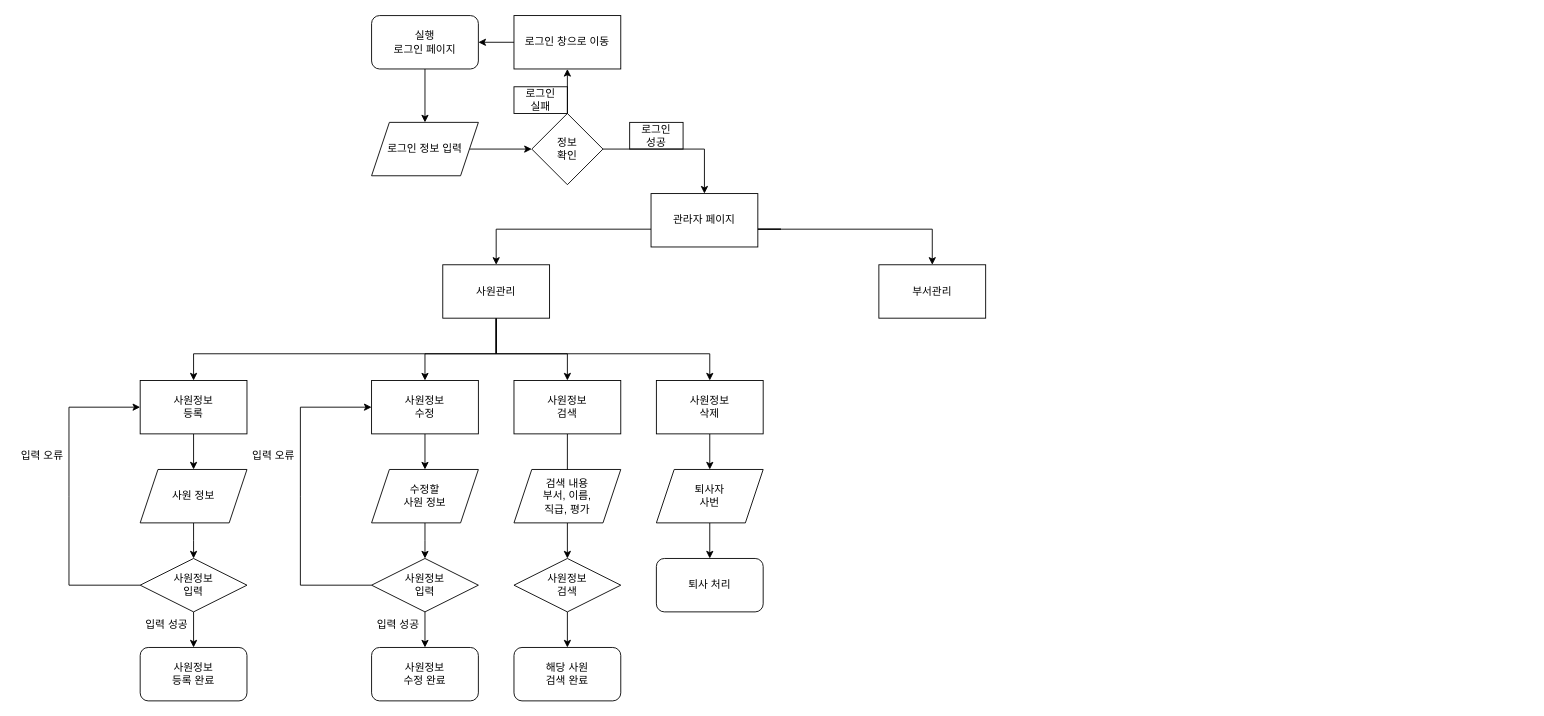
This is Flow Chart/제목 없는 다이어그램.drawio from adsa77/kh_final_temp, a draw.io file, before an edit. Source tidied: cells renumbered, new cells numbered last; positions are measured from the earlier drawing's top-left corner, leaving out a move shared by most shapes. Both pictures are drawn from the tidied source at 89%, with x=0, y=0 at pixel (15, 15).
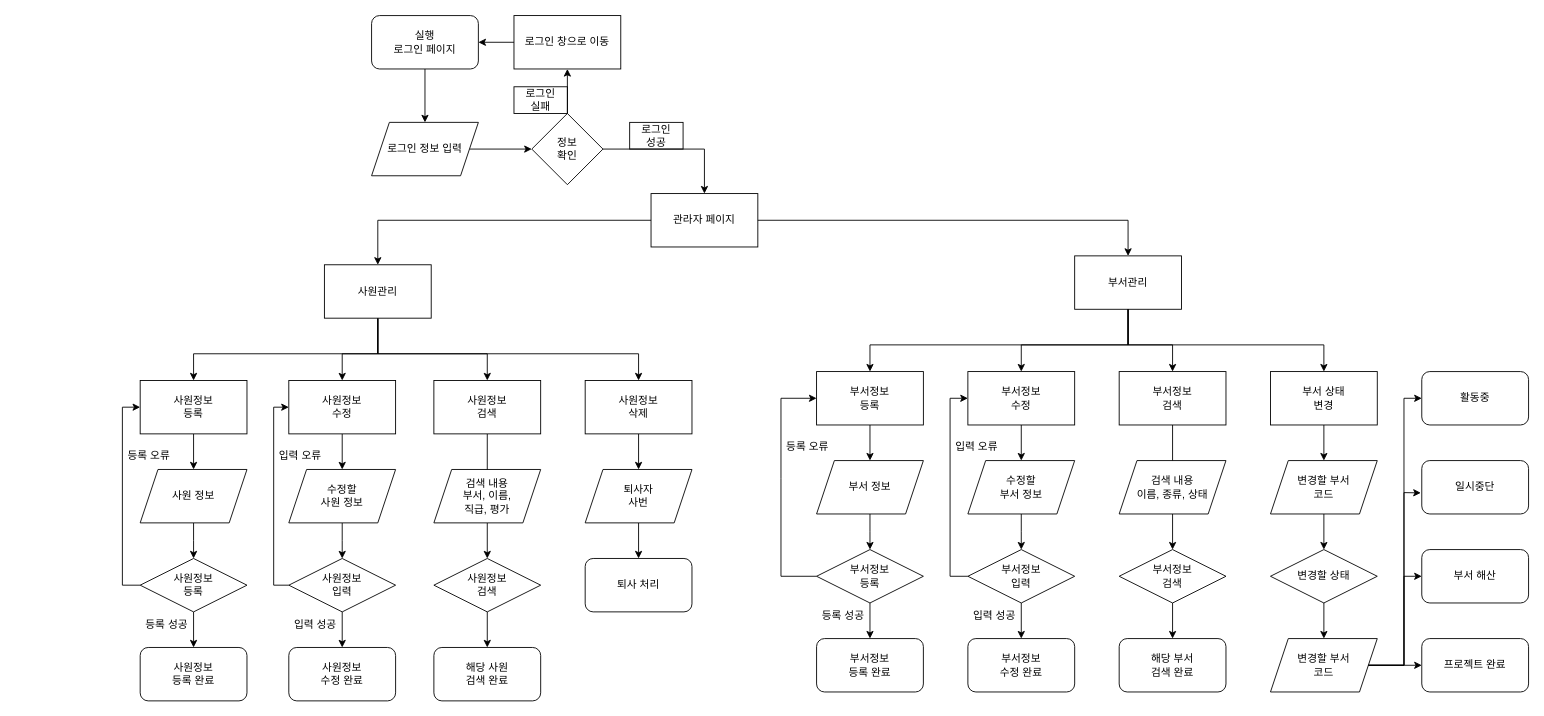
The same page after the edit.

Commit message (it also covers changes not shown here):
제목 없는 다이어그램.drawio 업데이트

Unchanged cells that the change refers to:
```xml
<mxCell id="14" value="관라자 페이지" style="rounded=0;whiteSpace=wrap;html=1;" parent="1" vertex="1">
  <mxGeometry x="714" y="200" width="120" height="60" as="geometry" />
</mxCell>
<mxCell id="23" value="사원정보&lt;div&gt;등록&lt;/div&gt;" style="rounded=0;whiteSpace=wrap;html=1;" parent="1" vertex="1">
  <mxGeometry x="140" y="410" width="120" height="60" as="geometry" />
</mxCell>
```

The edit, as a diff of the source:
```diff
@@
-    <mxCell id="12" style="edgeStyle=orthogonalEdgeStyle;rounded=0;jettySize=auto;html=1;" parent="1" edge="1" source="14" target="21">
-      <mxGeometry relative="1" as="geometry">
-        <Array as="points">
-          <mxPoint x="860" y="240" />
-          <mxPoint x="460" y="240" />
-        </Array>
-      </mxGeometry>
-    </mxCell>
-    <mxCell id="13" style="edgeStyle=orthogonalEdgeStyle;rounded=0;jettySize=auto;html=1;entryX=0.5;entryY=0;entryDx=0;entryDy=0;" parent="1" edge="1" source="14" target="16">
-      <mxGeometry relative="1" as="geometry">
-        <Array as="points">
-          <mxPoint x="1030" y="240" />
-        </Array>
-      </mxGeometry>
-    </mxCell>
@@
     <mxCell id="16" value="부서관리" style="rounded=0;whiteSpace=wrap;html=1;" parent="1" vertex="1">
-      <mxGeometry x="970" y="280" width="120" height="60" as="geometry" />
+      <mxGeometry x="1190" y="270" width="120" height="60" as="geometry" />
     </mxCell>
     <mxCell id="17" style="edgeStyle=orthogonalEdgeStyle;rounded=0;jettySize=auto;html=1;" parent="1" edge="1" source="21" target="23">
       <mxGeometry relative="1" as="geometry">
         <Array as="points">
-          <mxPoint x="540" y="380" />
+          <mxPoint x="407" y="380" />
           <mxPoint x="200" y="380" />
         </Array>
       </mxGeometry>
     </mxCell>
-    <mxCell id="18" style="edgeStyle=orthogonalEdgeStyle;rounded=0;jettySize=auto;html=1;" parent="1" edge="1" source="21">
+    <mxCell id="18" style="edgeStyle=orthogonalEdgeStyle;rounded=0;jettySize=auto;html=1;entryX=0.5;entryY=0;entryDx=0;entryDy=0;exitX=0.5;exitY=1;exitDx=0;exitDy=0;" parent="1" edge="1" source="21" target="40">
       <mxGeometry relative="1" as="geometry">
-        <mxPoint x="460" y="410" as="targetPoint" />
         <Array as="points">
-          <mxPoint x="540" y="380" />
-          <mxPoint x="460" y="380" />
+          <mxPoint x="407" y="380" />
+          <mxPoint x="367" y="380" />
         </Array>
       </mxGeometry>
     </mxCell>
-    <mxCell id="19" style="edgeStyle=orthogonalEdgeStyle;rounded=0;jettySize=auto;html=1;" parent="1" edge="1" source="21" target="25">
+    <mxCell id="19" style="edgeStyle=orthogonalEdgeStyle;rounded=0;jettySize=auto;html=1;entryX=0.5;entryY=0;entryDx=0;entryDy=0;" parent="1" edge="1" source="21" target="25">
       <mxGeometry relative="1" as="geometry">
         <Array as="points">
-          <mxPoint x="540" y="380" />
-          <mxPoint x="620" y="380" />
+          <mxPoint x="407" y="380" />
+          <mxPoint x="530" y="380" />
         </Array>
       </mxGeometry>
     </mxCell>
-    <mxCell id="20" style="edgeStyle=orthogonalEdgeStyle;rounded=0;jettySize=auto;html=1;" parent="1" edge="1" source="21" target="27">
+    <mxCell id="20" style="edgeStyle=orthogonalEdgeStyle;rounded=0;jettySize=auto;html=1;entryX=0.5;entryY=0;entryDx=0;entryDy=0;" parent="1" edge="1" source="21" target="27">
       <mxGeometry relative="1" as="geometry">
         <Array as="points">
-          <mxPoint x="540" y="380" />
-          <mxPoint x="780" y="380" />
+          <mxPoint x="407" y="380" />
+          <mxPoint x="700" y="380" />
         </Array>
       </mxGeometry>
     </mxCell>
     <mxCell id="21" value="사원관리" style="rounded=0;whiteSpace=wrap;html=1;" parent="1" vertex="1">
-      <mxGeometry x="480" y="280" width="120" height="60" as="geometry" />
+      <mxGeometry x="347" y="280" width="120" height="60" as="geometry" />
     </mxCell>
@@
     <mxCell id="25" value="사원정보&lt;div&gt;검색&lt;/div&gt;" style="rounded=0;whiteSpace=wrap;html=1;" parent="1" vertex="1">
-      <mxGeometry x="560" y="410" width="120" height="60" as="geometry" />
+      <mxGeometry x="470" y="410" width="120" height="60" as="geometry" />
     </mxCell>
@@
     <mxCell id="27" value="사원정보&lt;div&gt;삭제&lt;/div&gt;" style="rounded=0;whiteSpace=wrap;html=1;" parent="1" vertex="1">
-      <mxGeometry x="720" y="410" width="120" height="60" as="geometry" />
+      <mxGeometry x="640" y="410" width="120" height="60" as="geometry" />
     </mxCell>
@@
-    <mxCell id="29" value="사원정보&lt;div&gt;입력&lt;/div&gt;" style="rhombus;whiteSpace=wrap;html=1;" parent="1" vertex="1">
+    <mxCell id="29" value="사원정보&lt;div&gt;등록&lt;/div&gt;" style="rhombus;whiteSpace=wrap;html=1;" parent="1" vertex="1">
       <mxGeometry x="140" y="610" width="120" height="60" as="geometry" />
     </mxCell>
@@
     <mxCell id="31" value="사원정보&lt;div&gt;검색&lt;/div&gt;" style="rhombus;whiteSpace=wrap;html=1;" parent="1" vertex="1">
-      <mxGeometry x="560" y="610" width="120" height="60" as="geometry" />
+      <mxGeometry x="470" y="610" width="120" height="60" as="geometry" />
     </mxCell>
@@
     <mxCell id="33" style="endArrow=classic;html=1;rounded=0;exitX=0;exitY=0.5;exitDx=0;exitDy=0;entryX=0;entryY=0.5;entryDx=0;entryDy=0;" parent="1" edge="1" source="29" target="23">
       <mxGeometry relative="1" as="geometry">
         <Array as="points">
-          <mxPoint x="60" y="640" />
-          <mxPoint x="60" y="540" />
-          <mxPoint x="60" y="440" />
+          <mxPoint x="120" y="640" />
+          <mxPoint x="120" y="440" />
         </Array>
       </mxGeometry>
     </mxCell>
-    <mxCell id="34" value="입력 오류" style="text;html=1;align=center;verticalAlign=middle;whiteSpace=wrap;rounded=0;" parent="1" vertex="1">
-      <mxGeometry y="480" width="60" height="30" as="geometry" />
+    <mxCell id="34" value="등록 오류" style="text;html=1;align=center;verticalAlign=middle;whiteSpace=wrap;rounded=0;" parent="1" vertex="1">
+      <mxGeometry x="120" y="480" width="60" height="30" as="geometry" />
     </mxCell>
-    <mxCell id="35" value="입력 성공" style="text;html=1;align=center;verticalAlign=middle;whiteSpace=wrap;rounded=0;" parent="1" vertex="1">
+    <mxCell id="35" value="등록 성공" style="text;html=1;align=center;verticalAlign=middle;whiteSpace=wrap;rounded=0;" parent="1" vertex="1">
       <mxGeometry x="140" y="670" width="60" height="30" as="geometry" />
     </mxCell>
     <mxCell id="36" value="해당 사원&lt;div&gt;검색 완료&lt;/div&gt;" style="rounded=1;whiteSpace=wrap;html=1;" parent="1" vertex="1">
-      <mxGeometry x="560" y="710" width="120" height="60" as="geometry" />
+      <mxGeometry x="470" y="710" width="120" height="60" as="geometry" />
     </mxCell>
@@
     <mxCell id="40" value="사원정보&lt;div&gt;수정&lt;/div&gt;" style="rounded=0;whiteSpace=wrap;html=1;" parent="1" vertex="1">
-      <mxGeometry x="400" y="410" width="120" height="60" as="geometry" />
+      <mxGeometry x="307" y="410" width="120" height="60" as="geometry" />
     </mxCell>
@@
     <mxCell id="42" value="사원정보&lt;div&gt;입력&lt;/div&gt;" style="rhombus;whiteSpace=wrap;html=1;" parent="1" vertex="1">
-      <mxGeometry x="400" y="610" width="120" height="60" as="geometry" />
+      <mxGeometry x="307" y="610" width="120" height="60" as="geometry" />
     </mxCell>
     <mxCell id="43" value="사원정보&lt;div&gt;수정 완료&lt;/div&gt;" style="rounded=1;whiteSpace=wrap;html=1;" parent="1" vertex="1">
-      <mxGeometry x="400" y="710" width="120" height="60" as="geometry" />
+      <mxGeometry x="307" y="710" width="120" height="60" as="geometry" />
     </mxCell>
     <mxCell id="44" style="endArrow=classic;html=1;rounded=0;exitX=0;exitY=0.5;exitDx=0;exitDy=0;entryX=0;entryY=0.5;entryDx=0;entryDy=0;" parent="1" edge="1" source="42" target="40">
       <mxGeometry relative="1" as="geometry">
         <Array as="points">
-          <mxPoint x="320" y="640" />
-          <mxPoint x="320" y="540" />
-          <mxPoint x="320" y="440" />
+          <mxPoint x="290" y="640" />
+          <mxPoint x="290" y="440" />
         </Array>
       </mxGeometry>
     </mxCell>
     <mxCell id="45" value="입력 오류" style="text;html=1;align=center;verticalAlign=middle;whiteSpace=wrap;rounded=0;" parent="1" vertex="1">
-      <mxGeometry x="260" y="480" width="60" height="30" as="geometry" />
+      <mxGeometry x="290" y="480" width="60" height="30" as="geometry" />
     </mxCell>
     <mxCell id="46" value="입력 성공" style="text;html=1;align=center;verticalAlign=middle;whiteSpace=wrap;rounded=0;" parent="1" vertex="1">
-      <mxGeometry x="400" y="670" width="60" height="30" as="geometry" />
+      <mxGeometry x="307" y="670" width="60" height="30" as="geometry" />
     </mxCell>
     <mxCell id="47" style="edgeStyle=orthogonalEdgeStyle;rounded=0;jettySize=auto;html=1;" parent="1" edge="1" source="48">
       <mxGeometry relative="1" as="geometry">
-        <mxPoint x="460" y="610" as="targetPoint" />
+        <mxPoint x="367" y="610" as="targetPoint" />
       </mxGeometry>
     </mxCell>
     <mxCell id="48" value="&lt;div&gt;수정할&lt;/div&gt;사원 정보" style="shape=parallelogram;perimeter=parallelogramPerimeter;whiteSpace=wrap;html=1;fixedSize=1;" parent="1" vertex="1">
-      <mxGeometry x="400" y="510" width="120" height="60" as="geometry" />
+      <mxGeometry x="307" y="510" width="120" height="60" as="geometry" />
     </mxCell>
     <mxCell id="49" value="검색 내용&lt;div&gt;부서, 이름,&lt;/div&gt;&lt;div&gt;직급, 평가&lt;/div&gt;" style="shape=parallelogram;perimeter=parallelogramPerimeter;whiteSpace=wrap;html=1;fixedSize=1;" parent="1" vertex="1">
-      <mxGeometry x="560" y="510" width="120" height="60" as="geometry" />
+      <mxGeometry x="470" y="510" width="120" height="60" as="geometry" />
     </mxCell>
@@
     <mxCell id="51" value="퇴사자&lt;div&gt;사번&lt;/div&gt;" style="shape=parallelogram;perimeter=parallelogramPerimeter;whiteSpace=wrap;html=1;fixedSize=1;" parent="1" vertex="1">
-      <mxGeometry x="720" y="510" width="120" height="60" as="geometry" />
+      <mxGeometry x="640" y="510" width="120" height="60" as="geometry" />
     </mxCell>
     <mxCell id="52" value="퇴사 처리" style="rounded=1;whiteSpace=wrap;html=1;" parent="1" vertex="1">
-      <mxGeometry x="720" y="610" width="120" height="60" as="geometry" />
+      <mxGeometry x="640" y="610" width="120" height="60" as="geometry" />
     </mxCell>
+    <mxCell id="53" style="edgeStyle=orthogonalEdgeStyle;rounded=0;jettySize=auto;html=1;entryX=0.5;entryY=0;entryDx=0;entryDy=0;" parent="1" edge="1" source="54" target="69">
+      <mxGeometry relative="1" as="geometry" />
+    </mxCell>
+    <mxCell id="54" value="부서정보&lt;div&gt;등록&lt;/div&gt;" style="rounded=0;whiteSpace=wrap;html=1;" parent="1" vertex="1">
+      <mxGeometry x="900" y="400" width="120" height="60" as="geometry" />
+    </mxCell>
+    <mxCell id="55" style="edgeStyle=orthogonalEdgeStyle;rounded=0;jettySize=auto;html=1;" parent="1" edge="1" source="56" target="62">
+      <mxGeometry relative="1" as="geometry" />
+    </mxCell>
+    <mxCell id="56" value="부서정보&lt;div&gt;검색&lt;/div&gt;" style="rounded=0;whiteSpace=wrap;html=1;" parent="1" vertex="1">
+      <mxGeometry x="1240" y="400" width="120" height="60" as="geometry" />
+    </mxCell>
+    <mxCell id="57" style="edgeStyle=orthogonalEdgeStyle;rounded=0;jettySize=auto;html=1;" parent="1" edge="1" source="58" target="82">
+      <mxGeometry relative="1" as="geometry" />
+    </mxCell>
+    <mxCell id="58" value="&lt;div&gt;부서 상태&lt;/div&gt;&lt;div&gt;변경&lt;/div&gt;" style="rounded=0;whiteSpace=wrap;html=1;" parent="1" vertex="1">
+      <mxGeometry x="1410" y="400" width="120" height="60" as="geometry" />
+    </mxCell>
+    <mxCell id="59" style="edgeStyle=orthogonalEdgeStyle;rounded=0;jettySize=auto;html=1;" parent="1" edge="1" source="60" target="63">
+      <mxGeometry relative="1" as="geometry" />
+    </mxCell>
+    <mxCell id="60" value="부서정보&lt;div&gt;등록&lt;/div&gt;" style="rhombus;whiteSpace=wrap;html=1;" parent="1" vertex="1">
+      <mxGeometry x="900" y="600" width="120" height="60" as="geometry" />
+    </mxCell>
+    <mxCell id="61" style="edgeStyle=orthogonalEdgeStyle;rounded=0;jettySize=auto;html=1;" parent="1" edge="1" source="62" target="67">
+      <mxGeometry relative="1" as="geometry" />
+    </mxCell>
+    <mxCell id="62" value="부서정보&lt;div&gt;검색&lt;/div&gt;" style="rhombus;whiteSpace=wrap;html=1;" parent="1" vertex="1">
+      <mxGeometry x="1240" y="600" width="120" height="60" as="geometry" />
+    </mxCell>
+    <mxCell id="63" value="부서정보&lt;div&gt;등록 완료&lt;/div&gt;" style="rounded=1;whiteSpace=wrap;html=1;" parent="1" vertex="1">
+      <mxGeometry x="900" y="700" width="120" height="60" as="geometry" />
+    </mxCell>
+    <mxCell id="64" style="endArrow=classic;html=1;rounded=0;exitX=0;exitY=0.5;exitDx=0;exitDy=0;entryX=0;entryY=0.5;entryDx=0;entryDy=0;" parent="1" edge="1" source="60" target="54">
+      <mxGeometry relative="1" as="geometry">
+        <Array as="points">
+          <mxPoint x="860" y="630" />
+          <mxPoint x="860" y="520" />
+          <mxPoint x="860" y="430" />
+        </Array>
+      </mxGeometry>
+    </mxCell>
+    <mxCell id="65" value="등록 오류" style="text;html=1;align=center;verticalAlign=middle;whiteSpace=wrap;rounded=0;" parent="1" vertex="1">
+      <mxGeometry x="860" y="470" width="60" height="30" as="geometry" />
+    </mxCell>
+    <mxCell id="66" value="등록 성공" style="text;html=1;align=center;verticalAlign=middle;whiteSpace=wrap;rounded=0;" parent="1" vertex="1">
+      <mxGeometry x="900" y="660" width="60" height="30" as="geometry" />
+    </mxCell>
+    <mxCell id="67" value="해당 부서&lt;div&gt;검색 완료&lt;/div&gt;" style="rounded=1;whiteSpace=wrap;html=1;" parent="1" vertex="1">
+      <mxGeometry x="1240" y="700" width="120" height="60" as="geometry" />
+    </mxCell>
+    <mxCell id="68" style="edgeStyle=orthogonalEdgeStyle;rounded=0;jettySize=auto;html=1;" parent="1" edge="1" source="69">
+      <mxGeometry relative="1" as="geometry">
+        <mxPoint x="960" y="600" as="targetPoint" />
+      </mxGeometry>
+    </mxCell>
+    <mxCell id="69" value="부서 정보" style="shape=parallelogram;perimeter=parallelogramPerimeter;whiteSpace=wrap;html=1;fixedSize=1;" parent="1" vertex="1">
+      <mxGeometry x="900" y="500" width="120" height="60" as="geometry" />
+    </mxCell>
+    <mxCell id="70" style="edgeStyle=orthogonalEdgeStyle;rounded=0;jettySize=auto;html=1;entryX=0.5;entryY=0;entryDx=0;entryDy=0;" parent="1" edge="1" source="71" target="79">
+      <mxGeometry relative="1" as="geometry" />
+    </mxCell>
+    <mxCell id="71" value="부서정보&lt;div&gt;수정&lt;/div&gt;" style="rounded=0;whiteSpace=wrap;html=1;" parent="1" vertex="1">
+      <mxGeometry x="1070" y="400" width="120" height="60" as="geometry" />
+    </mxCell>
+    <mxCell id="72" style="edgeStyle=orthogonalEdgeStyle;rounded=0;jettySize=auto;html=1;" parent="1" edge="1" source="73" target="74">
+      <mxGeometry relative="1" as="geometry" />
+    </mxCell>
+    <mxCell id="73" value="부서정보&lt;div&gt;입력&lt;/div&gt;" style="rhombus;whiteSpace=wrap;html=1;" parent="1" vertex="1">
+      <mxGeometry x="1070" y="600" width="120" height="60" as="geometry" />
+    </mxCell>
+    <mxCell id="74" value="부서정보&lt;div&gt;수정 완료&lt;/div&gt;" style="rounded=1;whiteSpace=wrap;html=1;" parent="1" vertex="1">
+      <mxGeometry x="1070" y="700" width="120" height="60" as="geometry" />
+    </mxCell>
+    <mxCell id="75" style="endArrow=classic;html=1;rounded=0;exitX=0;exitY=0.5;exitDx=0;exitDy=0;entryX=0;entryY=0.5;entryDx=0;entryDy=0;" parent="1" edge="1" source="73" target="71">
+      <mxGeometry relative="1" as="geometry">
+        <Array as="points">
+          <mxPoint x="1050" y="630" />
+          <mxPoint x="1050" y="430" />
+        </Array>
+      </mxGeometry>
+    </mxCell>
+    <mxCell id="76" value="입력 오류" style="text;html=1;align=center;verticalAlign=middle;whiteSpace=wrap;rounded=0;" parent="1" vertex="1">
+      <mxGeometry x="1050" y="470" width="60" height="30" as="geometry" />
+    </mxCell>
+    <mxCell id="77" value="입력 성공" style="text;html=1;align=center;verticalAlign=middle;whiteSpace=wrap;rounded=0;" parent="1" vertex="1">
+      <mxGeometry x="1070" y="660" width="60" height="30" as="geometry" />
+    </mxCell>
+    <mxCell id="78" style="edgeStyle=orthogonalEdgeStyle;rounded=0;jettySize=auto;html=1;" parent="1" edge="1" source="79">
+      <mxGeometry relative="1" as="geometry">
+        <mxPoint x="1130" y="600" as="targetPoint" />
+      </mxGeometry>
+    </mxCell>
+    <mxCell id="79" value="&lt;div&gt;수정할&lt;/div&gt;&lt;div&gt;부서&lt;span style=&quot;background-color: initial;&quot;&gt;&amp;nbsp;정보&lt;/span&gt;&lt;/div&gt;" style="shape=parallelogram;perimeter=parallelogramPerimeter;whiteSpace=wrap;html=1;fixedSize=1;" parent="1" vertex="1">
+      <mxGeometry x="1070" y="500" width="120" height="60" as="geometry" />
+    </mxCell>
+    <mxCell id="80" value="검색 내용&lt;div&gt;이름, 종류, 상태&lt;/div&gt;" style="shape=parallelogram;perimeter=parallelogramPerimeter;whiteSpace=wrap;html=1;fixedSize=1;" parent="1" vertex="1">
+      <mxGeometry x="1240" y="500" width="120" height="60" as="geometry" />
+    </mxCell>
+    <mxCell id="81" style="edgeStyle=orthogonalEdgeStyle;rounded=0;jettySize=auto;html=1;entryX=0.5;entryY=0;entryDx=0;entryDy=0;" parent="1" edge="1" source="82" target="88">
+      <mxGeometry relative="1" as="geometry" />
+    </mxCell>
+    <mxCell id="82" value="&lt;div&gt;변경할 부서&lt;/div&gt;&lt;div&gt;코드&lt;/div&gt;" style="shape=parallelogram;perimeter=parallelogramPerimeter;whiteSpace=wrap;html=1;fixedSize=1;" parent="1" vertex="1">
+      <mxGeometry x="1410" y="500" width="120" height="60" as="geometry" />
+    </mxCell>
+    <mxCell id="83" value="활동중" style="rounded=1;whiteSpace=wrap;html=1;" parent="1" vertex="1">
+      <mxGeometry x="1580" y="400" width="120" height="60" as="geometry" />
+    </mxCell>
+    <mxCell id="12" style="endArrow=classic;html=1;rounded=0;exitX=0;exitY=0.5;exitDx=0;exitDy=0;entryX=0.5;entryY=0;entryDx=0;entryDy=0;" parent="1" edge="1" source="14" target="21">
+      <mxGeometry relative="1" as="geometry">
+        <Array as="points">
+          <mxPoint x="407" y="230" />
+        </Array>
+      </mxGeometry>
+    </mxCell>
+    <mxCell id="13" style="endArrow=classic;html=1;rounded=0;exitX=1;exitY=0.5;exitDx=0;exitDy=0;entryX=0.5;entryY=0;entryDx=0;entryDy=0;" parent="1" edge="1" source="14" target="16">
+      <mxGeometry relative="1" as="geometry">
+        <Array as="points">
+          <mxPoint x="1250" y="230" />
+        </Array>
+      </mxGeometry>
+    </mxCell>
+    <mxCell id="84" style="endArrow=classic;html=1;rounded=0;exitX=0.5;exitY=1;exitDx=0;exitDy=0;entryX=0.5;entryY=0;entryDx=0;entryDy=0;" parent="1" edge="1" source="16" target="54">
+      <mxGeometry relative="1" as="geometry">
+        <Array as="points">
+          <mxPoint x="1250" y="370" />
+          <mxPoint x="960" y="370" />
+        </Array>
+      </mxGeometry>
+    </mxCell>
+    <mxCell id="85" style="endArrow=classic;html=1;rounded=0;exitX=0.5;exitY=1;exitDx=0;exitDy=0;entryX=0.5;entryY=0;entryDx=0;entryDy=0;" parent="1" edge="1" source="16" target="71">
+      <mxGeometry relative="1" as="geometry">
+        <Array as="points">
+          <mxPoint x="1250" y="370" />
+          <mxPoint x="1130" y="370" />
+        </Array>
+      </mxGeometry>
+    </mxCell>
+    <mxCell id="86" style="endArrow=classic;html=1;rounded=0;exitX=0.5;exitY=1;exitDx=0;exitDy=0;entryX=0.5;entryY=0;entryDx=0;entryDy=0;" parent="1" edge="1" source="16" target="56">
+      <mxGeometry relative="1" as="geometry">
+        <Array as="points">
+          <mxPoint x="1250" y="370" />
+          <mxPoint x="1300" y="370" />
+        </Array>
+      </mxGeometry>
+    </mxCell>
+    <mxCell id="87" style="edgeStyle=orthogonalEdgeStyle;rounded=0;jettySize=auto;html=1;" parent="1" edge="1" source="88" target="94">
+      <mxGeometry relative="1" as="geometry" />
+    </mxCell>
+    <mxCell id="88" value="변경할 상태" style="rhombus;whiteSpace=wrap;html=1;" parent="1" vertex="1">
+      <mxGeometry x="1410" y="600" width="120" height="60" as="geometry" />
+    </mxCell>
+    <mxCell id="89" value="일시중단" style="rounded=1;whiteSpace=wrap;html=1;" parent="1" vertex="1">
+      <mxGeometry x="1580" y="500" width="120" height="60" as="geometry" />
+    </mxCell>
+    <mxCell id="90" value="부서 해산" style="rounded=1;whiteSpace=wrap;html=1;" parent="1" vertex="1">
+      <mxGeometry x="1580" y="600" width="120" height="60" as="geometry" />
+    </mxCell>
+    <mxCell id="91" value="프로젝트 완료" style="rounded=1;whiteSpace=wrap;html=1;" parent="1" vertex="1">
+      <mxGeometry x="1580" y="700" width="120" height="60" as="geometry" />
+    </mxCell>
+    <mxCell id="92" style="endArrow=classic;html=1;rounded=0;exitX=0.5;exitY=1;exitDx=0;exitDy=0;entryX=0.5;entryY=0;entryDx=0;entryDy=0;" parent="1" edge="1" source="16" target="58">
+      <mxGeometry relative="1" as="geometry">
+        <Array as="points">
+          <mxPoint x="1250" y="370" />
+          <mxPoint x="1470" y="370" />
+        </Array>
+      </mxGeometry>
+    </mxCell>
+    <mxCell id="93" style="edgeStyle=orthogonalEdgeStyle;rounded=0;jettySize=auto;html=1;entryX=0;entryY=0.5;entryDx=0;entryDy=0;" parent="1" edge="1" source="94" target="83">
+      <mxGeometry relative="1" as="geometry">
+        <Array as="points">
+          <mxPoint x="1560" y="730" />
+          <mxPoint x="1560" y="430" />
+        </Array>
+      </mxGeometry>
+    </mxCell>
+    <mxCell id="94" value="&lt;div&gt;변경할 부서&lt;/div&gt;&lt;div&gt;코드&lt;/div&gt;" style="shape=parallelogram;perimeter=parallelogramPerimeter;whiteSpace=wrap;html=1;fixedSize=1;" parent="1" vertex="1">
+      <mxGeometry x="1410" y="700" width="120" height="60" as="geometry" />
+    </mxCell>
+    <mxCell id="95" style="endArrow=classic;html=1;rounded=0;exitX=1;exitY=0.5;exitDx=0;exitDy=0;entryX=-0.009;entryY=0.605;entryDx=0;entryDy=0;entryPerimeter=0;" parent="1" edge="1" source="94" target="89">
+      <mxGeometry relative="1" as="geometry">
+        <Array as="points">
+          <mxPoint x="1560" y="730" />
+          <mxPoint x="1560" y="536" />
+        </Array>
+      </mxGeometry>
+    </mxCell>
+    <mxCell id="96" style="endArrow=classic;html=1;rounded=0;exitX=1;exitY=0.5;exitDx=0;exitDy=0;entryX=0;entryY=0.5;entryDx=0;entryDy=0;" parent="1" edge="1" source="94" target="90">
+      <mxGeometry relative="1" as="geometry">
+        <Array as="points">
+          <mxPoint x="1560" y="730" />
+          <mxPoint x="1560" y="630" />
+        </Array>
+      </mxGeometry>
+    </mxCell>
+    <mxCell id="97" style="endArrow=classic;html=1;rounded=0;exitX=1;exitY=0.5;exitDx=0;exitDy=0;entryX=0;entryY=0.5;entryDx=0;entryDy=0;" parent="1" edge="1" source="94" target="91">
+      <mxGeometry relative="1" as="geometry" />
+    </mxCell>
```
